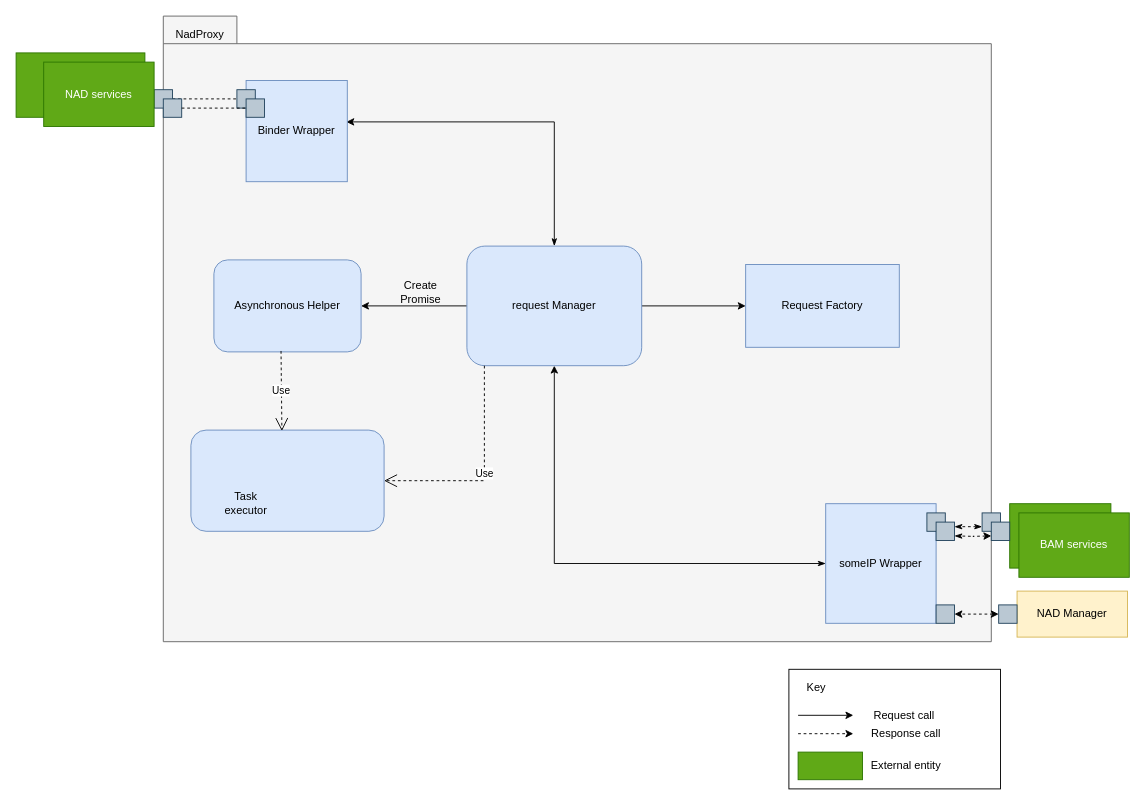
taikt/codefun keeps this draw.io diagram as page "dynamic_1st_c&c" (4 of 6) of doc/SA cert/Design/nadproxy.drawio. Above is the earlier version. Source tidied: cells renumbered, new cells numbered last; positions are measured from the earlier drawing's top-left corner, leaving out a move shared by most shapes. Both pictures are drawn from the tidied source at 92%, with x=0, y=0 at pixel (16, 16).
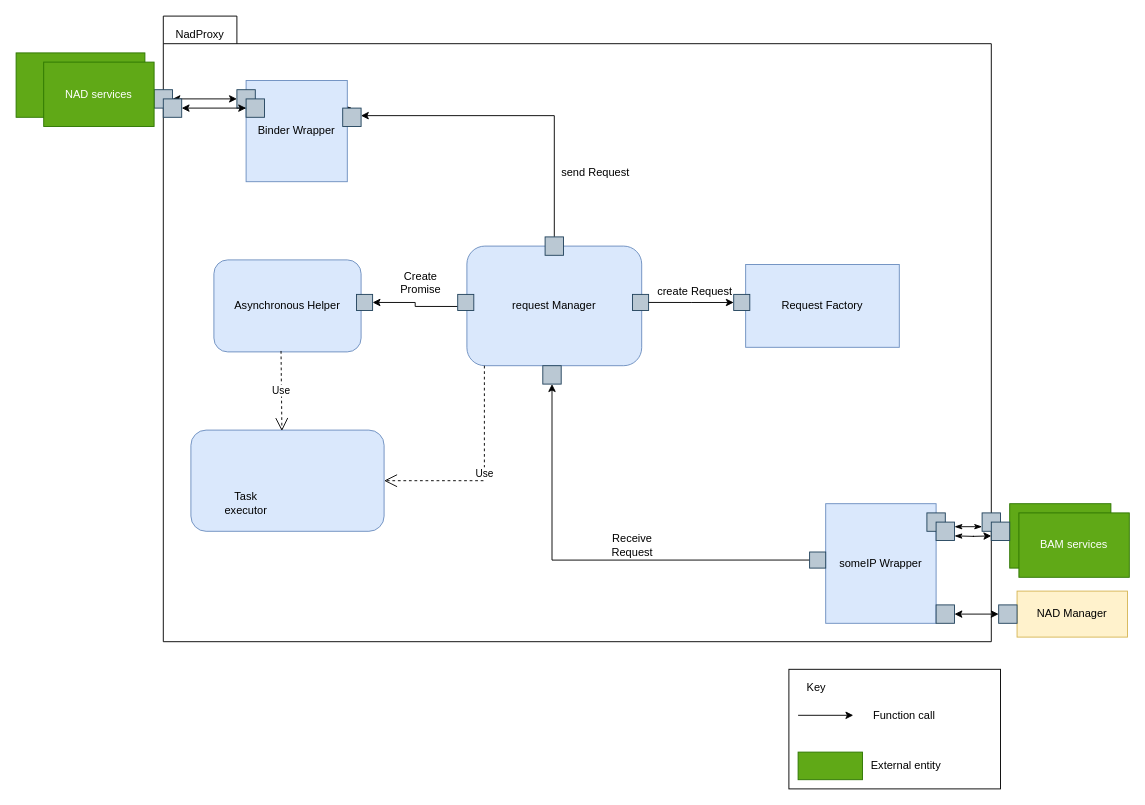
After the change.

The change refers to these unchanged cells:
```xml
<mxCell id="6" value="someIP Wrapper" style="rounded=0;whiteSpace=wrap;html=1;fillColor=#dae8fc;strokeColor=#6c8ebf;" parent="1" vertex="1">
  <mxGeometry x="880" y="530" width="120" height="130" as="geometry" />
</mxCell>
<mxCell id="12" value="request Manager" style="rounded=1;whiteSpace=wrap;html=1;fillColor=#dae8fc;strokeColor=#6c8ebf;" parent="1" vertex="1">
  <mxGeometry x="490" y="250" width="190" height="130" as="geometry" />
</mxCell>
<mxCell id="13" value="Request Factory" style="rounded=0;whiteSpace=wrap;html=1;fillColor=#dae8fc;strokeColor=#6c8ebf;" parent="1" vertex="1">
  <mxGeometry x="793" y="270" width="167" height="90" as="geometry" />
</mxCell>
<mxCell id="15" value="Binder Wrapper" style="rounded=0;whiteSpace=wrap;html=1;fillColor=#dae8fc;strokeColor=#6c8ebf;" parent="1" vertex="1">
  <mxGeometry x="250" y="70" width="110" height="110" as="geometry" />
</mxCell>
<mxCell id="16" value="Asynchronous Helper" style="rounded=1;whiteSpace=wrap;html=1;fillColor=#dae8fc;strokeColor=#6c8ebf;" parent="1" vertex="1">
  <mxGeometry x="215" y="265" width="160" height="100" as="geometry" />
</mxCell>
<mxCell id="28" style="whiteSpace=wrap;html=1;fillColor=#bac8d3;strokeColor=#23445d;" parent="1" vertex="1">
  <mxGeometry x="1050" y="540" width="20" height="20" as="geometry" />
</mxCell>
<mxCell id="30" style="whiteSpace=wrap;html=1;fillColor=#bac8d3;strokeColor=#23445d;" parent="1" vertex="1">
  <mxGeometry x="150" y="80" width="20" height="20" as="geometry" />
</mxCell>
<mxCell id="31" style="whiteSpace=wrap;html=1;fillColor=#bac8d3;strokeColor=#23445d;" parent="1" vertex="1">
  <mxGeometry x="240" y="80" width="20" height="20" as="geometry" />
</mxCell>
<mxCell id="36" style="whiteSpace=wrap;html=1;fillColor=#bac8d3;strokeColor=#23445d;" parent="1" vertex="1">
  <mxGeometry x="1000" y="550" width="20" height="20" as="geometry" />
</mxCell>
<mxCell id="42" style="whiteSpace=wrap;html=1;fillColor=#bac8d3;strokeColor=#23445d;" parent="1" vertex="1">
  <mxGeometry x="1000" y="640" width="20" height="20" as="geometry" />
</mxCell>
<mxCell id="43" style="whiteSpace=wrap;html=1;fillColor=#bac8d3;strokeColor=#23445d;" parent="1" vertex="1">
  <mxGeometry x="1068" y="640" width="20" height="20" as="geometry" />
</mxCell>
```

Change to the diagram source:
```diff
@@
-    <mxCell id="3" style="shape=folder;fontStyle=1;tabWidth=80;tabHeight=30;tabPosition=left;html=1;boundedLbl=1;strokeColor=#666666;fillColor=#f5f5f5;fontColor=#333333;" parent="1" vertex="1">
+    <mxCell id="3" style="shape=folder;fontStyle=1;tabWidth=80;tabHeight=30;tabPosition=left;html=1;boundedLbl=1;" parent="1" vertex="1">
       <mxGeometry x="160" width="900" height="680" as="geometry" />
     </mxCell>
@@
-    <mxCell id="5" style="edgeStyle=orthogonalEdgeStyle;rounded=0;jettySize=auto;html=1;exitX=0;exitY=0.5;exitDx=0;exitDy=0;startArrow=classicThin;startFill=1;" parent="1" edge="1" source="6" target="12">
+    <mxCell id="5" style="edgeStyle=orthogonalEdgeStyle;rounded=0;jettySize=auto;html=1;exitX=0;exitY=0.5;exitDx=0;exitDy=0;startArrow=none;startFill=0;entryX=0.5;entryY=1;entryDx=0;entryDy=0;" parent="1" edge="1" source="50" target="51">
       <mxGeometry relative="1" as="geometry" />
     </mxCell>
@@
-    <mxCell id="9" style="edgeStyle=orthogonalEdgeStyle;rounded=0;jettySize=auto;html=1;exitX=1;exitY=0.5;exitDx=0;exitDy=0;" parent="1" edge="1" source="12" target="13">
-      <mxGeometry relative="1" as="geometry" />
-    </mxCell>
-    <mxCell id="10" style="edgeStyle=orthogonalEdgeStyle;rounded=0;jettySize=auto;html=1;exitX=0;exitY=0.5;exitDx=0;exitDy=0;entryX=1;entryY=0.5;entryDx=0;entryDy=0;" parent="1" edge="1" source="12" target="16">
+    <mxCell id="10" style="edgeStyle=orthogonalEdgeStyle;rounded=0;jettySize=auto;html=1;exitX=0;exitY=0.5;exitDx=0;exitDy=0;entryX=1;entryY=0.5;entryDx=0;entryDy=0;" parent="1" edge="1" source="54" target="16">
       <mxGeometry relative="1" as="geometry" />
     </mxCell>
-    <mxCell id="11" style="edgeStyle=orthogonalEdgeStyle;rounded=0;jettySize=auto;html=1;exitX=0.5;exitY=0;exitDx=0;exitDy=0;entryX=0.991;entryY=0.409;entryDx=0;entryDy=0;entryPerimeter=0;startArrow=classicThin;startFill=1;" parent="1" edge="1" source="12" target="15">
+    <mxCell id="11" style="edgeStyle=orthogonalEdgeStyle;rounded=0;jettySize=auto;html=1;exitX=0.5;exitY=0;exitDx=0;exitDy=0;entryX=0.991;entryY=0.409;entryDx=0;entryDy=0;entryPerimeter=0;startArrow=classicThin;startFill=1;" parent="1" edge="1" source="48" target="15">
       <mxGeometry relative="1" as="geometry" />
     </mxCell>
@@
-    <mxCell id="21" value="Request call" style="text;html=1;strokeColor=none;fillColor=none;align=center;verticalAlign=middle;whiteSpace=wrap;rounded=0;" parent="1" vertex="1">
+    <mxCell id="21" value="Function call" style="text;html=1;strokeColor=none;fillColor=none;align=center;verticalAlign=middle;whiteSpace=wrap;rounded=0;" parent="1" vertex="1">
       <mxGeometry x="923" y="750" width="85" height="20" as="geometry" />
     </mxCell>
-    <mxCell id="22" style="endArrow=classic;html=1;dashed=1;" parent="1" edge="1">
-      <mxGeometry relative="1" as="geometry">
-        <mxPoint x="850" y="780" as="sourcePoint" />
-        <mxPoint x="910" y="780" as="targetPoint" />
-      </mxGeometry>
-    </mxCell>
-    <mxCell id="23" value="Response call" style="text;html=1;strokeColor=none;fillColor=none;align=center;verticalAlign=middle;whiteSpace=wrap;rounded=0;" parent="1" vertex="1">
-      <mxGeometry x="925" y="770" width="85" height="20" as="geometry" />
-    </mxCell>
@@
-    <mxCell id="27" style="edgeStyle=orthogonalEdgeStyle;rounded=0;jettySize=auto;html=1;exitX=0;exitY=0.75;exitDx=0;exitDy=0;entryX=1;entryY=0.25;entryDx=0;entryDy=0;strokeColor=#000000;dashed=1;endArrow=classicThin;endFill=1;startArrow=classicThin;startFill=1;" parent="1" edge="1" source="28" target="36">
+    <mxCell id="27" style="edgeStyle=orthogonalEdgeStyle;rounded=0;jettySize=auto;html=1;exitX=0;exitY=0.75;exitDx=0;exitDy=0;entryX=1;entryY=0.25;entryDx=0;entryDy=0;strokeColor=#000000;endArrow=classicThin;endFill=1;startArrow=classicThin;startFill=1;" parent="1" edge="1" source="28" target="36">
       <mxGeometry relative="1" as="geometry" />
     </mxCell>
@@
-    <mxCell id="29" style="edgeStyle=orthogonalEdgeStyle;rounded=0;jettySize=auto;html=1;exitX=1;exitY=0.5;exitDx=0;exitDy=0;entryX=0;entryY=0.5;entryDx=0;entryDy=0;dashed=1;endArrow=none;endFill=0;strokeColor=#000000;" parent="1" edge="1" source="30" target="31">
+    <mxCell id="29" style="edgeStyle=orthogonalEdgeStyle;rounded=0;jettySize=auto;html=1;exitX=1;exitY=0.5;exitDx=0;exitDy=0;entryX=0;entryY=0.5;entryDx=0;entryDy=0;endArrow=classic;endFill=1;strokeColor=#000000;startArrow=classic;startFill=1;" parent="1" edge="1" source="30" target="31">
       <mxGeometry relative="1" as="geometry" />
     </mxCell>
@@
-    <mxCell id="35" style="edgeStyle=orthogonalEdgeStyle;rounded=0;orthogonalLoop=1;jettySize=auto;html=1;exitX=1;exitY=0.5;exitDx=0;exitDy=0;entryX=0;entryY=0.5;entryDx=0;entryDy=0;dashed=1;endArrow=none;endFill=0;strokeColor=#000000;" parent="1" edge="1">
+    <mxCell id="35" style="edgeStyle=orthogonalEdgeStyle;rounded=0;orthogonalLoop=1;jettySize=auto;html=1;exitX=1;exitY=0.5;exitDx=0;exitDy=0;entryX=0;entryY=0.5;entryDx=0;entryDy=0;endArrow=classic;endFill=1;strokeColor=#000000;startArrow=classic;startFill=1;" parent="1" edge="1">
       <mxGeometry relative="1" as="geometry">
         <mxPoint x="180" y="100" as="sourcePoint" />
         <mxPoint x="250" y="100" as="targetPoint" />
       </mxGeometry>
     </mxCell>
@@
-    <mxCell id="39" style="edgeStyle=orthogonalEdgeStyle;rounded=0;orthogonalLoop=1;jettySize=auto;html=1;exitX=0;exitY=0.75;exitDx=0;exitDy=0;entryX=1;entryY=0.75;entryDx=0;entryDy=0;strokeColor=#000000;dashed=1;endArrow=classicThin;endFill=1;startArrow=classic;startFill=1;" parent="1" edge="1">
+    <mxCell id="39" style="edgeStyle=orthogonalEdgeStyle;rounded=0;orthogonalLoop=1;jettySize=auto;html=1;exitX=0;exitY=0.75;exitDx=0;exitDy=0;entryX=1;entryY=0.75;entryDx=0;entryDy=0;strokeColor=#000000;endArrow=classicThin;endFill=1;startArrow=classic;startFill=1;" parent="1" edge="1">
       <mxGeometry relative="1" as="geometry">
         <mxPoint x="1060" y="565" as="sourcePoint" />
         <mxPoint x="1020" y="565" as="targetPoint" />
       </mxGeometry>
     </mxCell>
@@
-    <mxCell id="44" style="edgeStyle=orthogonalEdgeStyle;rounded=0;jettySize=auto;html=1;exitX=0;exitY=0.5;exitDx=0;exitDy=0;entryX=1;entryY=0.5;entryDx=0;entryDy=0;strokeColor=#000000;dashed=1;endArrow=classic;endFill=1;startArrow=classic;startFill=1;" parent="1" edge="1" source="43" target="42">
+    <mxCell id="44" style="edgeStyle=orthogonalEdgeStyle;rounded=0;jettySize=auto;html=1;exitX=0;exitY=0.5;exitDx=0;exitDy=0;entryX=1;entryY=0.5;entryDx=0;entryDy=0;strokeColor=#000000;endArrow=classic;endFill=1;startArrow=classic;startFill=1;" parent="1" edge="1" source="43" target="42">
       <mxGeometry relative="1" as="geometry" />
     </mxCell>
     <mxCell id="45" value="Create Promise" style="text;html=1;strokeColor=none;fillColor=none;align=center;verticalAlign=middle;whiteSpace=wrap;rounded=0;" parent="1" vertex="1">
-      <mxGeometry x="420" y="290" width="40" height="20" as="geometry" />
+      <mxGeometry x="420" y="280" width="40" height="20" as="geometry" />
     </mxCell>
@@
+    <mxCell id="47" style="edgeStyle=orthogonalEdgeStyle;rounded=0;jettySize=auto;html=1;exitX=0.5;exitY=0;exitDx=0;exitDy=0;entryX=0.991;entryY=0.409;entryDx=0;entryDy=0;entryPerimeter=0;startArrow=none;startFill=0;endArrow=classic;endFill=1;" parent="1" edge="1" source="49" target="48">
+      <mxGeometry relative="1" as="geometry" />
+    </mxCell>
+    <mxCell id="48" style="whiteSpace=wrap;html=1;fillColor=#bac8d3;strokeColor=#23445d;" parent="1" vertex="1">
+      <mxGeometry x="355" y="100" width="20" height="20" as="geometry" />
+    </mxCell>
+    <mxCell id="49" style="whiteSpace=wrap;html=1;fillColor=#bac8d3;strokeColor=#23445d;" parent="1" vertex="1">
+      <mxGeometry x="575" y="240" width="20" height="20" as="geometry" />
+    </mxCell>
+    <mxCell id="50" style="whiteSpace=wrap;html=1;fillColor=#bac8d3;strokeColor=#23445d;" parent="1" vertex="1">
+      <mxGeometry x="862.5" y="582.5" width="17.5" height="17.5" as="geometry" />
+    </mxCell>
+    <mxCell id="51" style="whiteSpace=wrap;html=1;fillColor=#bac8d3;strokeColor=#23445d;" parent="1" vertex="1">
+      <mxGeometry x="572.5" y="380" width="20" height="20" as="geometry" />
+    </mxCell>
+    <mxCell id="52" style="edgeStyle=orthogonalEdgeStyle;rounded=0;jettySize=auto;html=1;exitX=0;exitY=0.75;exitDx=0;exitDy=0;entryX=1;entryY=0.5;entryDx=0;entryDy=0;" parent="1" edge="1" source="53" target="54">
+      <mxGeometry relative="1" as="geometry" />
+    </mxCell>
+    <mxCell id="53" style="whiteSpace=wrap;html=1;fillColor=#bac8d3;strokeColor=#23445d;" parent="1" vertex="1">
+      <mxGeometry x="480" y="302.5" width="17.5" height="17.5" as="geometry" />
+    </mxCell>
+    <mxCell id="54" style="whiteSpace=wrap;html=1;fillColor=#bac8d3;strokeColor=#23445d;" parent="1" vertex="1">
+      <mxGeometry x="370" y="302.5" width="17.5" height="17.5" as="geometry" />
+    </mxCell>
+    <mxCell id="55" style="whiteSpace=wrap;html=1;fillColor=#bac8d3;strokeColor=#23445d;" parent="1" vertex="1">
+      <mxGeometry x="670" y="302.5" width="17.5" height="17.5" as="geometry" />
+    </mxCell>
+    <mxCell id="56" style="edgeStyle=orthogonalEdgeStyle;rounded=0;jettySize=auto;html=1;exitX=1;exitY=0.5;exitDx=0;exitDy=0;" parent="1" edge="1" source="55" target="57">
+      <mxGeometry relative="1" as="geometry" />
+    </mxCell>
+    <mxCell id="57" style="whiteSpace=wrap;html=1;fillColor=#bac8d3;strokeColor=#23445d;" parent="1" vertex="1">
+      <mxGeometry x="780" y="302.5" width="17.5" height="17.5" as="geometry" />
+    </mxCell>
+    <mxCell id="58" value="Receive Request" style="text;html=1;strokeColor=none;fillColor=none;align=center;verticalAlign=middle;whiteSpace=wrap;rounded=0;" parent="1" vertex="1">
+      <mxGeometry x="650" y="565" width="40" height="20" as="geometry" />
+    </mxCell>
+    <mxCell id="59" value="create Request" style="text;html=1;strokeColor=none;fillColor=none;align=center;verticalAlign=middle;whiteSpace=wrap;rounded=0;" parent="1" vertex="1">
+      <mxGeometry x="687.5" y="290" width="100" height="20" as="geometry" />
+    </mxCell>
+    <mxCell id="60" value="send Request" style="text;html=1;strokeColor=none;fillColor=none;align=center;verticalAlign=middle;whiteSpace=wrap;rounded=0;" parent="1" vertex="1">
+      <mxGeometry x="590" y="160" width="80" height="20" as="geometry" />
+    </mxCell>
```
